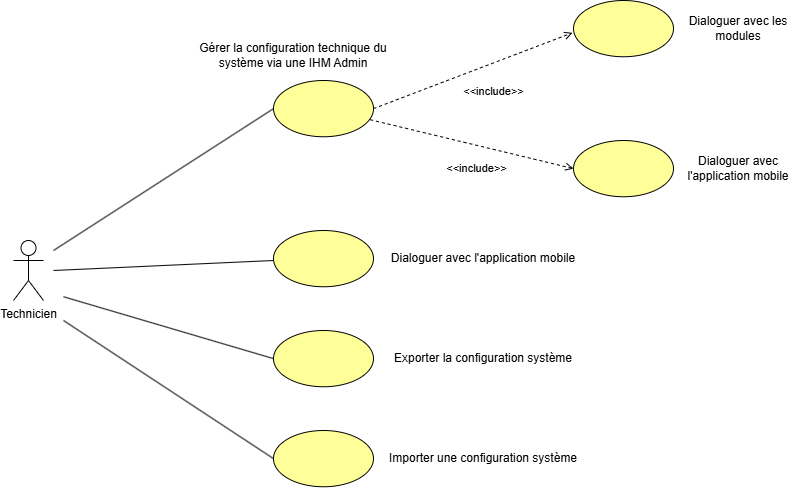
bts-lasalle-avignon-projets/artnet-2025 keeps this draw.io diagram as docs/serveur.png. Above is the earlier version. Source tidied: cells renumbered, new cells last; positions are measured from the earlier drawing's top-left corner, leaving out a move shared by most shapes.
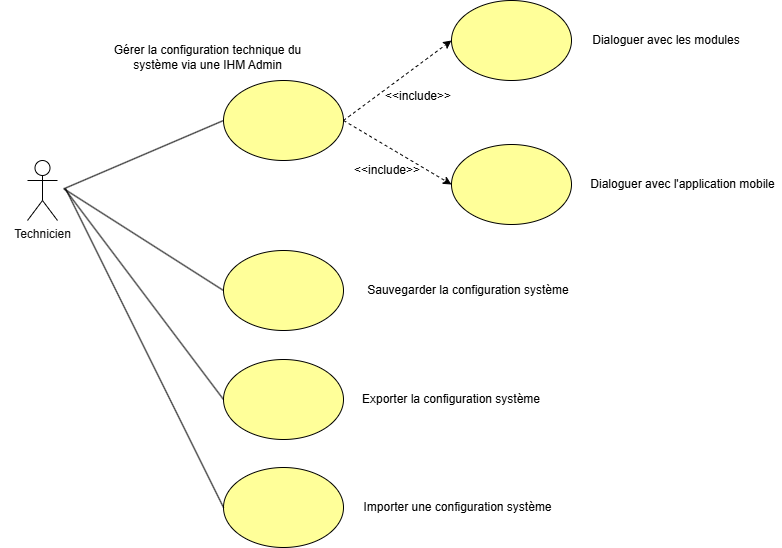
Later version of the same file.

What changed in the source:
```diff
@@ -1,82 +1,82 @@
-<mxGraphModel>
+<mxGraphModel background="light-dark(#FFFFFF,#FFFFFF)">
   <root>
     <mxCell id="0" />
     <mxCell id="1" parent="0" />
+    <mxCell id="23" style="edgeStyle=orthogonalEdgeStyle;rounded=0;jettySize=auto;html=1;exitX=0.5;exitY=0.5;exitDx=0;exitDy=0;exitPerimeter=0;" parent="1" edge="1" source="2">
+      <mxGeometry relative="1" as="geometry">
+        <mxPoint x="-265" y="366" as="targetPoint" />
+      </mxGeometry>
+    </mxCell>
-    <mxCell id="2" value="Technicien" style="shape=umlActor;verticalLabelPosition=bottom;verticalAlign=top;html=1;outlineConnect=0;" parent="1" vertex="1">
-      <mxGeometry y="240" width="30" height="60" as="geometry" />
+    <mxCell id="2" value="Technicien" style="shape=umlActor;html=1;verticalLabelPosition=bottom;verticalAlign=top;align=center;fillColor=none;fontColor=#ffffff;strokeColor=light-dark(#3700CC,#000000);" parent="1" vertex="1">
+      <mxGeometry x="-247" y="363" width="30" height="60" as="geometry" />
     </mxCell>
-    <mxCell id="3" style="fillColor=#ffff99;whiteSpace=wrap;shape=ellipse;html=1;" parent="1" vertex="1">
-      <mxGeometry x="260" y="80" width="100" height="56.2" as="geometry" />
-    </mxCell>
-    <mxCell id="4" style="fillColor=#ffff99;whiteSpace=wrap;shape=ellipse;html=1;" parent="1" vertex="1">
-      <mxGeometry x="260" y="230" width="100" height="56.2" as="geometry" />
-    </mxCell>
-    <mxCell id="5" style="fillColor=#ffff99;whiteSpace=wrap;shape=ellipse;html=1;" parent="1" vertex="1">
-      <mxGeometry x="260" y="330" width="100" height="56.2" as="geometry" />
-    </mxCell>
-    <mxCell id="6" style="fillColor=#ffff99;whiteSpace=wrap;shape=ellipse;html=1;" parent="1" vertex="1">
-      <mxGeometry x="260" y="430" width="100" height="56.2" as="geometry" />
-    </mxCell>
-    <mxCell id="7" style="fillColor=#ffff99;whiteSpace=wrap;shape=ellipse;html=1;" parent="1" vertex="1">
-      <mxGeometry x="560" y="140" width="100" height="56.2" as="geometry" />
-    </mxCell>
-    <mxCell id="8" style="fillColor=#ffff99;whiteSpace=wrap;shape=ellipse;html=1;" parent="1" vertex="1">
-      <mxGeometry x="560" width="100" height="56.2" as="geometry" />
-    </mxCell>
-    <mxCell id="9" style="endArrow=none;html=1;rounded=0;entryX=0;entryY=0.5;entryDx=0;entryDy=0;" parent="1" edge="1" target="3">
-      <mxGeometry relative="1" as="geometry">
-        <mxPoint x="40" y="250" as="sourcePoint" />
-      </mxGeometry>
-    </mxCell>
-    <mxCell id="10" style="endArrow=none;html=1;rounded=0;entryX=0;entryY=0.5;entryDx=0;entryDy=0;" parent="1" edge="1">
-      <mxGeometry relative="1" as="geometry">
-        <mxPoint x="40" y="270" as="sourcePoint" />
-        <mxPoint x="260" y="260" as="targetPoint" />
-      </mxGeometry>
-    </mxCell>
-    <mxCell id="11" style="endArrow=none;html=1;rounded=0;entryX=0;entryY=0.5;entryDx=0;entryDy=0;" parent="1" edge="1" target="5">
-      <mxGeometry relative="1" as="geometry">
-        <mxPoint x="50" y="296.2" as="sourcePoint" />
-      </mxGeometry>
-    </mxCell>
-    <mxCell id="12" style="endArrow=none;html=1;rounded=0;entryX=0;entryY=0.5;entryDx=0;entryDy=0;" parent="1" edge="1" target="6">
-      <mxGeometry relative="1" as="geometry">
-        <mxPoint x="50" y="320" as="sourcePoint" />
-      </mxGeometry>
-    </mxCell>
-    <mxCell id="13" style="endArrow=open;dashed=1;html=1;rounded=0;exitX=1;exitY=0.5;exitDx=0;exitDy=0;entryX=-0.01;entryY=0.574;entryDx=0;entryDy=0;entryPerimeter=0;endFill=0;" parent="1" edge="1" source="3" target="8">
-      <mxGeometry relative="1" as="geometry" />
-    </mxCell>
-    <mxCell id="14" value="&amp;lt;&amp;lt;include&amp;gt;&amp;gt;" style="edgeLabel;html=1;align=center;verticalAlign=middle;" parent="13" vertex="1">
-      <mxGeometry x="0.11" y="2" relative="1" as="geometry">
-        <mxPoint x="10" y="26" as="offset" />
-      </mxGeometry>
-    </mxCell>
-    <mxCell id="15" style="endArrow=open;dashed=1;html=1;rounded=0;exitX=0.967;exitY=0.697;exitDx=0;exitDy=0;entryX=0;entryY=0.5;entryDx=0;entryDy=0;exitPerimeter=0;endFill=0;" parent="1" edge="1" source="3" target="7">
-      <mxGeometry relative="1" as="geometry" />
-    </mxCell>
-    <mxCell id="16" value="&amp;lt;&amp;lt;include&amp;gt;&amp;gt;" style="edgeLabel;html=1;align=center;verticalAlign=middle;" parent="1" vertex="1">
-      <mxGeometry x="480" y="108.1" as="geometry">
-        <mxPoint x="-17" y="59" as="offset" />
-      </mxGeometry>
-    </mxCell>
+    <mxCell id="24" style="ellipse;whiteSpace=wrap;html=1;fillColor=light-dark(#000000,#FFFF99);gradientColor=none;strokeColor=light-dark(#000000,#000000);fillStyle=auto;" parent="1" vertex="1">
+      <mxGeometry x="-51" y="283" width="120" height="80" as="geometry" />
+    </mxCell>
+    <mxCell id="25" style="ellipse;whiteSpace=wrap;html=1;fillColor=light-dark(#000000,#FFFF99);gradientColor=none;strokeColor=light-dark(#000000,#000000);fillStyle=auto;" parent="1" vertex="1">
+      <mxGeometry x="-51" y="670" width="120" height="80" as="geometry" />
+    </mxCell>
+    <mxCell id="26" style="ellipse;whiteSpace=wrap;html=1;fillColor=light-dark(#000000,#FFFF99);gradientColor=none;strokeColor=light-dark(#000000,#000000);fillStyle=auto;" parent="1" vertex="1">
+      <mxGeometry x="-51" y="562" width="120" height="80" as="geometry" />
+    </mxCell>
+    <mxCell id="27" style="ellipse;whiteSpace=wrap;html=1;fillColor=light-dark(#000000,#FFFF99);gradientColor=none;strokeColor=light-dark(#000000,#000000);fillStyle=auto;" parent="1" vertex="1">
+      <mxGeometry x="177" y="347" width="120" height="80" as="geometry" />
+    </mxCell>
+    <mxCell id="28" style="ellipse;whiteSpace=wrap;html=1;fillColor=light-dark(#000000,#FFFF99);gradientColor=none;strokeColor=light-dark(#000000,#000000);fillStyle=auto;" parent="1" vertex="1">
+      <mxGeometry x="177" y="203" width="120" height="80" as="geometry" />
+    </mxCell>
+    <mxCell id="29" style="endArrow=classic;dashed=1;html=1;rounded=0;exitX=1;exitY=0.5;exitDx=0;exitDy=0;entryX=0;entryY=0.5;entryDx=0;entryDy=0;strokeColor=light-dark(#000000,#000000);endFill=1;" parent="1" edge="1" source="24" target="27">
+      <mxGeometry relative="1" as="geometry" />
+    </mxCell>
+    <mxCell id="30" style="endArrow=classic;dashed=1;html=1;rounded=0;exitX=1;exitY=0.5;exitDx=0;exitDy=0;entryX=0;entryY=0.5;entryDx=0;entryDy=0;strokeColor=light-dark(#000000,#000000);endFill=1;" parent="1" edge="1" source="24" target="28">
+      <mxGeometry relative="1" as="geometry" />
+    </mxCell>
+    <mxCell id="31" style="endArrow=none;html=1;rounded=0;strokeColor=light-dark(#000000,#000000);exitX=0;exitY=0.5;exitDx=0;exitDy=0;" parent="1" edge="1" source="24">
+      <mxGeometry relative="1" as="geometry">
+        <mxPoint x="-210" y="391" as="targetPoint" />
+      </mxGeometry>
+    </mxCell>
+    <mxCell id="32" style="endArrow=none;html=1;rounded=0;strokeColor=light-dark(#000000,#000000);exitX=0;exitY=0.5;exitDx=0;exitDy=0;" parent="1" edge="1" source="26">
+      <mxGeometry relative="1" as="geometry">
+        <mxPoint x="-210" y="391" as="targetPoint" />
+      </mxGeometry>
+    </mxCell>
+    <mxCell id="33" style="endArrow=none;html=1;rounded=0;strokeColor=light-dark(#000000,#000000);exitX=0;exitY=0.5;exitDx=0;exitDy=0;" parent="1" edge="1" source="25">
+      <mxGeometry relative="1" as="geometry">
+        <mxPoint x="-209" y="391" as="targetPoint" />
+      </mxGeometry>
+    </mxCell>
-    <mxCell id="17" value="Gérer la configuration technique du système via une IHM Admin" style="text;html=1;align=center;verticalAlign=middle;whiteSpace=wrap;rounded=0;" parent="1" vertex="1">
-      <mxGeometry x="180" y="40" width="200" height="30" as="geometry" />
+    <mxCell id="17" value="&lt;font style=&quot;color: light-dark(rgb(0, 0, 0), rgb(0, 0, 0));&quot;&gt;Gérer la configuration technique du système via une IHM Admin&lt;/font&gt;" style="text;html=1;align=center;verticalAlign=middle;whiteSpace=wrap;rounded=0;" parent="1" vertex="1">
+      <mxGeometry x="-171" y="237" width="209" height="46" as="geometry" />
     </mxCell>
-    <mxCell id="18" value="Dialoguer avec les modules" style="text;html=1;align=center;verticalAlign=middle;whiteSpace=wrap;rounded=0;" parent="1" vertex="1">
-      <mxGeometry x="670" y="13.1" width="110" height="30" as="geometry" />
+    <mxCell id="18" value="&lt;font style=&quot;color: light-dark(rgb(0, 0, 0), rgb(0, 0, 0));&quot;&gt;Dialoguer avec les modules&lt;/font&gt;" style="text;html=1;align=center;verticalAlign=middle;whiteSpace=wrap;rounded=0;" parent="1" vertex="1">
+      <mxGeometry x="313" y="231.5" width="158" height="23" as="geometry" />
     </mxCell>
-    <mxCell id="19" value="Dialoguer avec l'application mobile" style="text;html=1;align=center;verticalAlign=middle;whiteSpace=wrap;rounded=0;" parent="1" vertex="1">
-      <mxGeometry x="670" y="153.1" width="110" height="30" as="geometry" />
-    </mxCell>
-    <mxCell id="20" value="Dialoguer avec l'application mobile" style="text;html=1;align=center;verticalAlign=middle;whiteSpace=wrap;rounded=0;" parent="1" vertex="1">
-      <mxGeometry x="370" y="243.1" width="200" height="30" as="geometry" />
-    </mxCell>
+    <mxCell id="34" value="&lt;font style=&quot;color: light-dark(rgb(0, 0, 0), rgb(0, 0, 0));&quot;&gt;Dialoguer avec l'application mobile&lt;/font&gt;" style="text;html=1;align=center;verticalAlign=middle;whiteSpace=wrap;rounded=0;" parent="1" vertex="1">
+      <mxGeometry x="310" y="377.5" width="197" height="19" as="geometry" />
+    </mxCell>
-    <mxCell id="21" value="Exporter la configuration système" style="text;html=1;align=center;verticalAlign=middle;whiteSpace=wrap;rounded=0;" parent="1" vertex="1">
-      <mxGeometry x="360" y="343.1" width="220" height="30" as="geometry" />
+    <mxCell id="21" value="&lt;font style=&quot;color: light-dark(rgb(0, 0, 0), rgb(0, 0, 0));&quot;&gt;Exporter la configuration système&lt;/font&gt;" style="text;html=1;align=center;verticalAlign=middle;whiteSpace=wrap;rounded=0;" parent="1" vertex="1">
+      <mxGeometry x="86" y="589.5" width="182" height="25" as="geometry" />
     </mxCell>
+    <mxCell id="35" value="&lt;font style=&quot;color: light-dark(rgb(0, 0, 0), rgb(0, 0, 0));&quot;&gt;&amp;lt;&amp;lt;include&amp;gt;&amp;gt;&lt;/font&gt;" style="text;html=1;align=center;verticalAlign=middle;whiteSpace=wrap;rounded=0;" parent="1" vertex="1">
+      <mxGeometry x="75" y="363" width="76" height="19" as="geometry" />
+    </mxCell>
-    <mxCell id="22" value="Importer une configuration système" style="text;html=1;align=center;verticalAlign=middle;whiteSpace=wrap;rounded=0;" parent="1" vertex="1">
-      <mxGeometry x="370" y="443.1" width="200" height="30" as="geometry" />
+    <mxCell id="22" value="&lt;font style=&quot;color: light-dark(rgb(0, 0, 0), rgb(0, 0, 0));&quot;&gt;Importer une configuration système&lt;/font&gt;" style="text;html=1;align=center;verticalAlign=middle;whiteSpace=wrap;rounded=0;" parent="1" vertex="1">
+      <mxGeometry x="86" y="696.5" width="195" height="27" as="geometry" />
     </mxCell>
+    <mxCell id="36" value="&lt;font style=&quot;color: light-dark(rgb(0, 0, 0), rgb(0, 0, 0));&quot;&gt;&amp;lt;&amp;lt;include&amp;gt;&amp;gt;&lt;/font&gt;" style="text;html=1;align=center;verticalAlign=middle;whiteSpace=wrap;rounded=0;" parent="1" vertex="1">
+      <mxGeometry x="107" y="287" width="74" height="24" as="geometry" />
+    </mxCell>
+    <mxCell id="37" style="ellipse;whiteSpace=wrap;html=1;fillColor=light-dark(#000000,#FFFF99);gradientColor=none;strokeColor=light-dark(#000000,#000000);fillStyle=auto;" parent="1" vertex="1">
+      <mxGeometry x="-51" y="453" width="120" height="80" as="geometry" />
+    </mxCell>
+    <mxCell id="38" value="&lt;font style=&quot;color: light-dark(rgb(0, 0, 0), rgb(0, 0, 0));&quot;&gt;Sauvegarder la configuration système&lt;/font&gt;" style="text;html=1;align=center;verticalAlign=middle;whiteSpace=wrap;rounded=0;" parent="1" vertex="1">
+      <mxGeometry x="86" y="480.5" width="216" height="25" as="geometry" />
+    </mxCell>
+    <mxCell id="39" style="endArrow=none;html=1;rounded=0;strokeColor=light-dark(#000000,#000000);exitX=0;exitY=0.5;exitDx=0;exitDy=0;" parent="1" edge="1" source="37">
+      <mxGeometry relative="1" as="geometry">
+        <mxPoint x="-211" y="391" as="targetPoint" />
+      </mxGeometry>
+    </mxCell>
   </root>
 </mxGraphModel>
```
